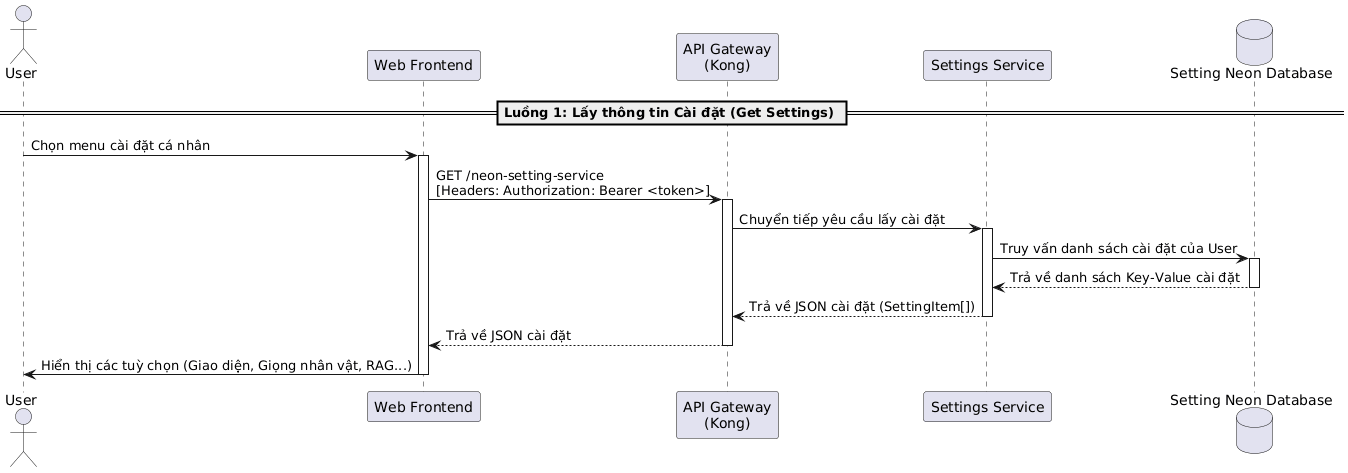
The PlantUML diagram temp/05-sequence/UML-Sequence-15.png in 20206205Tech/docs-uml, before a commit.
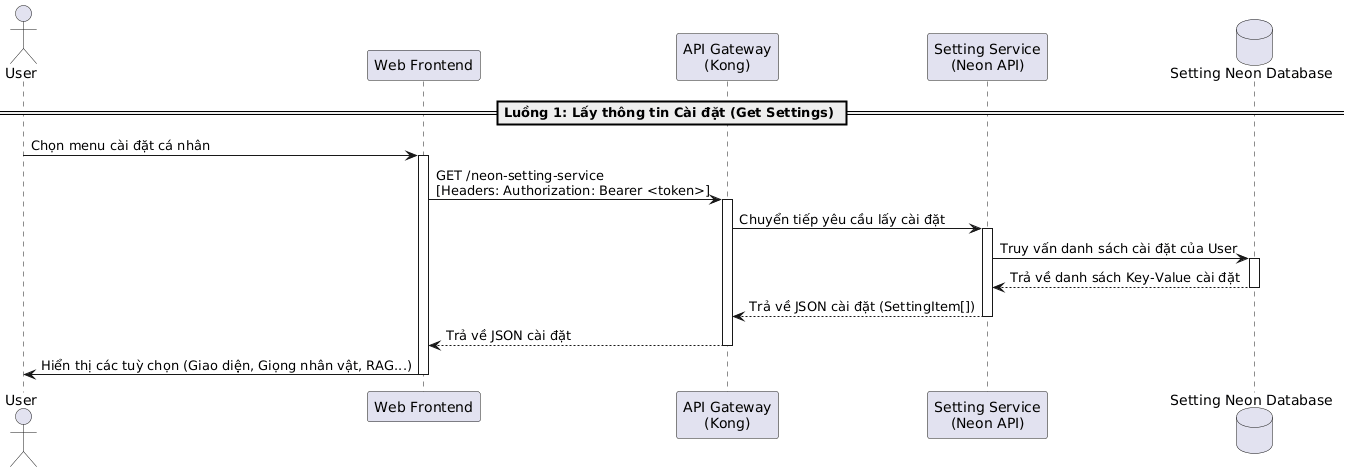
Above is the later version.

Change to the diagram source:
```diff
@@ -2,7 +2,7 @@
 actor "User" as User
 participant "Web Frontend" as Frontend
 participant "API Gateway\n(Kong)" as Kong
-participant "Settings Service" as SettingsService
+participant "Setting Service\n(Neon API)" as SettingService
 database "Setting Neon Database" as DB
 
 == Luồng 1: Lấy thông tin Cài đặt (Get Settings) ==
@@ -11,14 +11,14 @@
 
 Frontend -> Kong: GET /neon-setting-service \n[Headers: Authorization: Bearer <token>]
 activate Kong
-Kong -> SettingsService: Chuyển tiếp yêu cầu lấy cài đặt
-activate SettingsService
-SettingsService -> DB: Truy vấn danh sách cài đặt của User
+Kong -> SettingService: Chuyển tiếp yêu cầu lấy cài đặt
+activate SettingService
+SettingService -> DB: Truy vấn danh sách cài đặt của User
 activate DB
-DB --> SettingsService: Trả về danh sách Key-Value cài đặt
+DB --> SettingService: Trả về danh sách Key-Value cài đặt
 deactivate DB
-SettingsService --> Kong: Trả về JSON cài đặt (SettingItem[])
-deactivate SettingsService
+SettingService --> Kong: Trả về JSON cài đặt (SettingItem[])
+deactivate SettingService
 Kong --> Frontend: Trả về JSON cài đặt
 deactivate Kong
 
```
